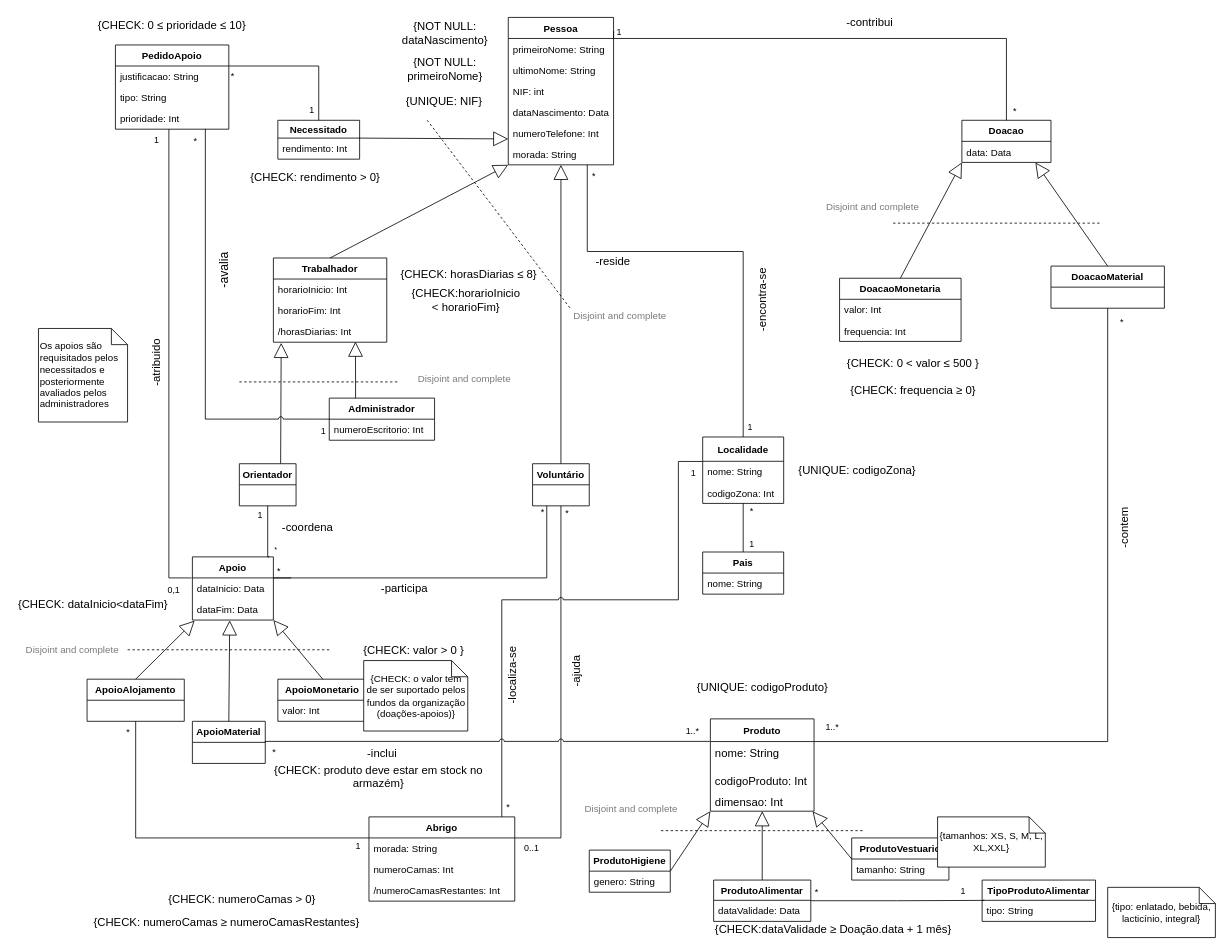
Earlier version of the draw.io diagram Delivery_I/diagram.drawio (francisco-rente/FEUP-BDAD). Source tidied: cells renumbered, new cells numbered last; positions are measured from the earlier drawing's top-left corner, leaving out a move shared by most shapes. Both pictures are drawn from the tidied source at 81%, with x=0, y=0 at pixel (14, 14).
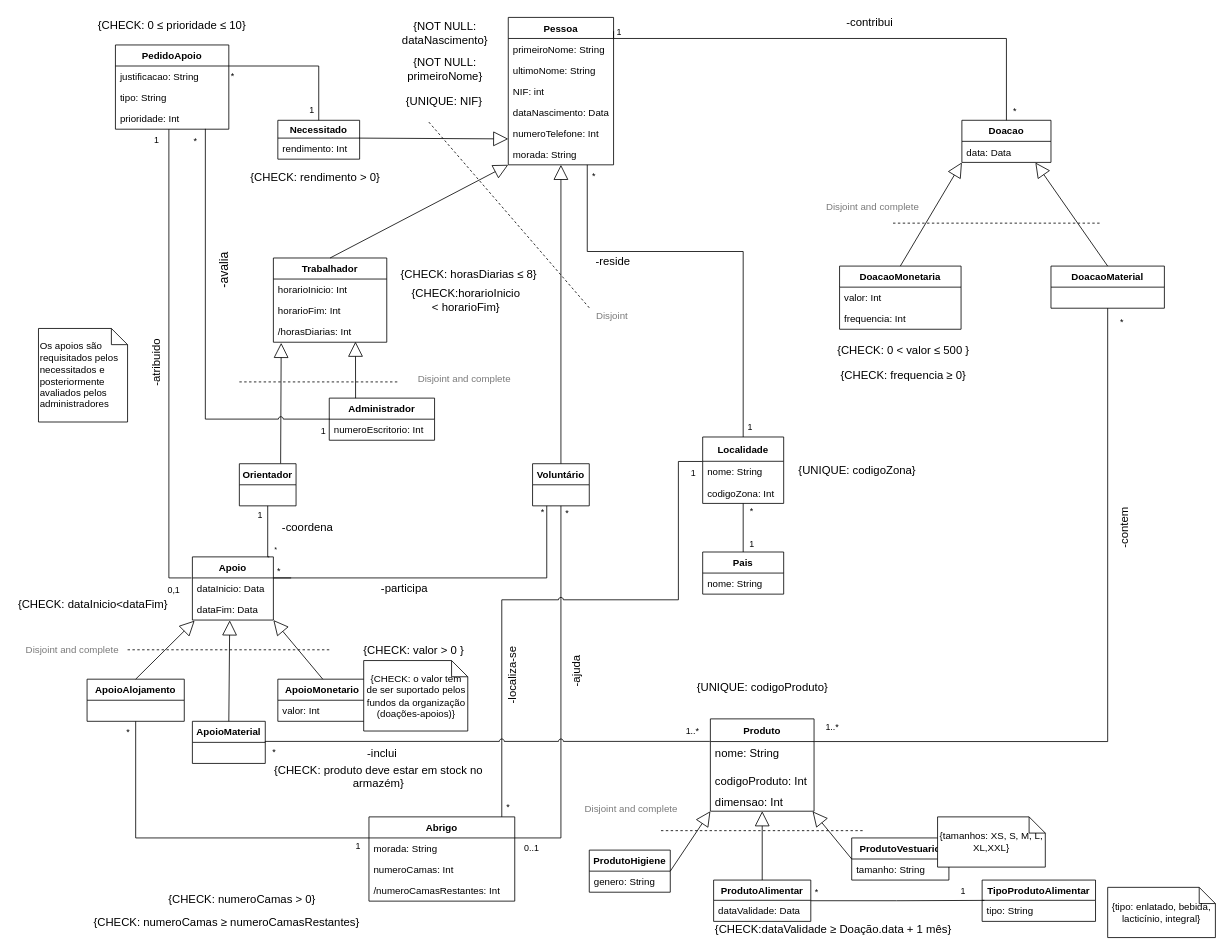
The same diagram, later.

Commit message (it also covers changes not shown here):
removed complete from person generalization

Diff of the diagram source:
```diff
@@
     <mxCell id="38" value="DoacaoMonetaria" style="swimlane;fontStyle=1;horizontal=1;startSize=26;fillColor=none;" parent="1" vertex="1">
-      <mxGeometry x="1019" y="326" width="150" height="78" as="geometry" />
+      <mxGeometry x="1019" y="311" width="150" height="78" as="geometry" />
     </mxCell>
@@
     <mxCell id="79" value="&lt;font style=&quot;font-size: 14px&quot;&gt;{CHECK: 0 &amp;lt; valor &lt;font style=&quot;font-size: 14px&quot;&gt;&lt;span class=&quot;box&quot;&gt;≤ 500&lt;/span&gt;&lt;/font&gt; }&lt;/font&gt;" style="text;html=1;strokeColor=none;fillColor=none;align=center;verticalAlign=middle;whiteSpace=wrap;rounded=0;" parent="1" vertex="1">
-      <mxGeometry x="1025" y="420.5" width="170" height="20" as="geometry" />
+      <mxGeometry x="1013" y="405" width="170" height="20" as="geometry" />
     </mxCell>
@@
-    <mxCell id="112" value="-encontra-se" style="text;html=1;strokeColor=none;fillColor=none;align=center;verticalAlign=middle;whiteSpace=wrap;rounded=0;fontSize=14;rotation=-90;" parent="1" vertex="1">
-      <mxGeometry x="881" y="342.5" width="85" height="20" as="geometry" />
-    </mxCell>
@@
     <mxCell id="120" value="&lt;font style=&quot;font-size: 14px&quot;&gt;{CHECK: frequencia&lt;font style=&quot;font-size: 14px&quot;&gt;&lt;font style=&quot;font-size: 14px&quot;&gt; ≥ &lt;/font&gt;&lt;/font&gt;0}&lt;/font&gt;" style="text;html=1;strokeColor=none;fillColor=none;align=center;verticalAlign=middle;whiteSpace=wrap;rounded=0;" parent="1" vertex="1">
-      <mxGeometry x="1025" y="454" width="170" height="20" as="geometry" />
+      <mxGeometry x="1013" y="435.8" width="170" height="20" as="geometry" />
     </mxCell>
@@
-    <mxCell id="148" value="Disjoint and complete " style="text;html=1;strokeColor=none;fillColor=none;align=center;verticalAlign=middle;whiteSpace=wrap;rounded=0;fontColor=#7A7A7A;" parent="1" vertex="1">
-      <mxGeometry x="686" y="362.5" width="124" height="20" as="geometry" />
+    <mxCell id="148" value="Disjoint&amp;nbsp; " style="text;html=1;strokeColor=none;fillColor=none;align=center;verticalAlign=middle;whiteSpace=wrap;rounded=0;fontColor=#7A7A7A;" parent="1" vertex="1">
+      <mxGeometry x="710" y="362.5" width="60" height="20" as="geometry" />
     </mxCell>
```
